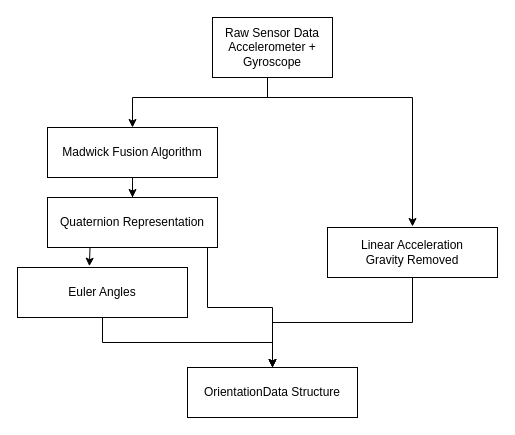
The draw.io diagram umlDiagram/MpuDataFlow.drawio in JoanICG/Collision_avoidance_module_for_UAV, before the edit. Source tidied: cells renumbered, new cells numbered last; positions are measured from the earlier drawing's top-left corner, leaving out a move shared by most shapes. Both pictures are drawn from the tidied source at 100%, with x=0, y=0 at pixel (17, 17).
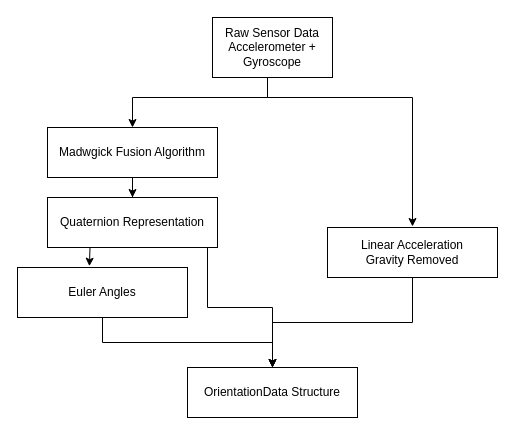
After the change.

What changed in the source:
```diff
@@
-    <mxCell id="6" value="Madwick Fusion Algorithm" style="rounded=0;whiteSpace=wrap;html=1;" parent="1" vertex="1">
+    <mxCell id="6" value="Madwgick Fusion Algorithm" style="rounded=0;whiteSpace=wrap;html=1;" parent="1" vertex="1">
       <mxGeometry x="30" y="110" width="170" height="50" as="geometry" />
     </mxCell>
```
